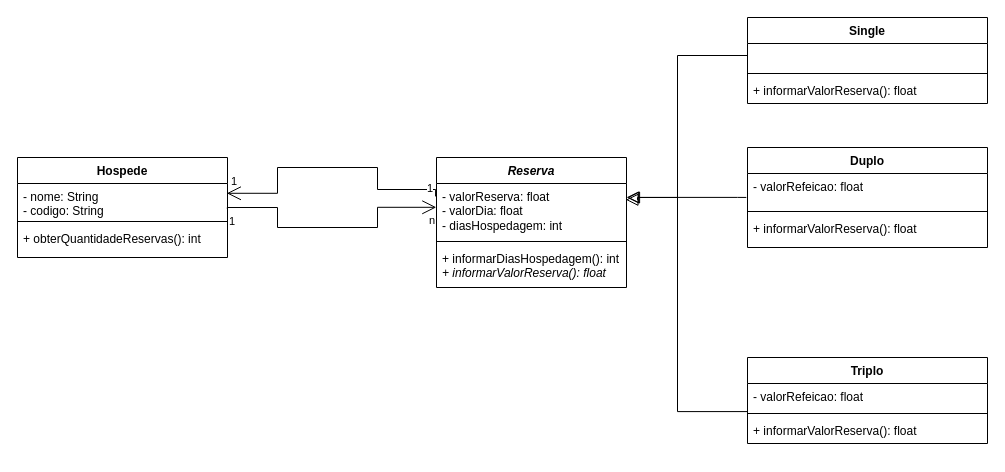
The draw.io diagram page "Ex3" (3 of 9) of Lista4/T_LP - Lista4.drawio in M-Tereza/LP1, before the edit. Source tidied: cells renumbered, new cells numbered last; positions are measured from the earlier drawing's top-left corner, leaving out a move shared by most shapes. Both pictures are drawn from the tidied source at 100%, with x=0, y=0 at pixel (17, 17).
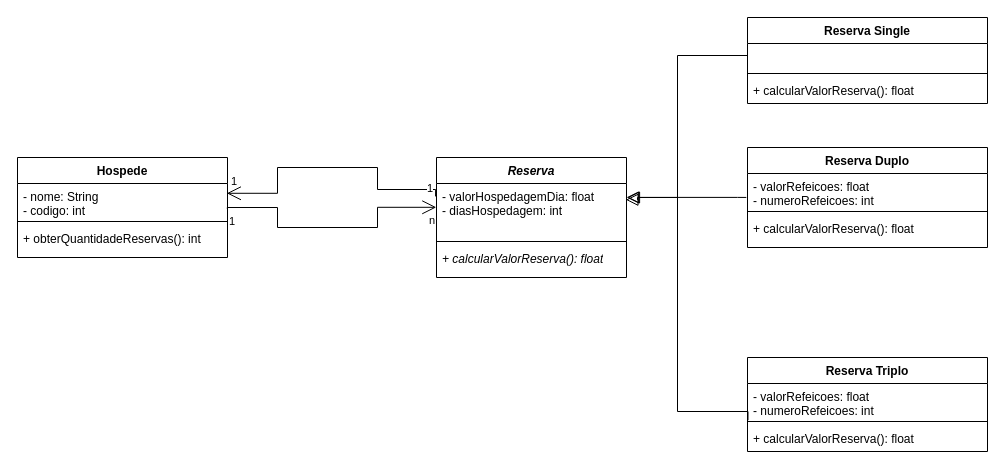
Above is the later version.

The change refers to these unchanged cells:
```xml
<mxCell id="2" value="Hospede" style="swimlane;fontStyle=1;align=center;verticalAlign=top;horizontal=1;startSize=26;whiteSpace=wrap;html=1;" parent="1" vertex="1">
  <mxGeometry y="140" width="210" height="100" as="geometry" />
</mxCell>
```

Diff of the diagram source:
```diff
@@
-    <mxCell id="3" value="- nome: String&lt;div&gt;- codigo: String&lt;/div&gt;" style="text;strokeColor=none;fillColor=none;align=left;verticalAlign=top;spacingLeft=4;spacingRight=4;overflow=hidden;points=[[0,0.5],[1,0.5]];portConstraint=eastwest;whiteSpace=wrap;html=1;" parent="2" vertex="1">
+    <mxCell id="3" value="- nome: String&lt;div&gt;- codigo: int&lt;/div&gt;" style="text;strokeColor=none;fillColor=none;align=left;verticalAlign=top;spacingLeft=4;spacingRight=4;overflow=hidden;points=[[0,0.5],[1,0.5]];portConstraint=eastwest;whiteSpace=wrap;html=1;" parent="2" vertex="1">
       <mxGeometry y="26" width="210" height="34" as="geometry" />
     </mxCell>
@@
     <mxCell id="6" value="&lt;i&gt;Reserva&lt;/i&gt;" style="swimlane;fontStyle=1;align=center;verticalAlign=top;horizontal=1;startSize=26;whiteSpace=wrap;html=1;" parent="1" vertex="1">
-      <mxGeometry x="419" y="140" width="190" height="130" as="geometry" />
+      <mxGeometry x="419" y="140" width="190" height="120" as="geometry" />
     </mxCell>
-    <mxCell id="7" value="&lt;div&gt;- valorReserva: float&lt;/div&gt;&lt;div&gt;- valorDia: float&lt;/div&gt;&lt;div&gt;- diasHospedagem: int&lt;/div&gt;" style="text;strokeColor=none;fillColor=none;align=left;verticalAlign=top;spacingLeft=4;spacingRight=4;overflow=hidden;points=[[0,0.5],[1,0.5]];portConstraint=eastwest;whiteSpace=wrap;html=1;" parent="6" vertex="1">
+    <mxCell id="7" value="&lt;div&gt;- valorHospedagemDia: float&lt;span style=&quot;background-color: transparent; color: light-dark(rgb(0, 0, 0), rgb(255, 255, 255));&quot;&gt;&lt;/span&gt;&lt;/div&gt;&lt;div&gt;&lt;span style=&quot;background-color: transparent; color: light-dark(rgb(0, 0, 0), rgb(255, 255, 255));&quot;&gt;- diasHospedagem: int&lt;/span&gt;&lt;/div&gt;" style="text;strokeColor=none;fillColor=none;align=left;verticalAlign=top;spacingLeft=4;spacingRight=4;overflow=hidden;points=[[0,0.5],[1,0.5]];portConstraint=eastwest;whiteSpace=wrap;html=1;" parent="6" vertex="1">
       <mxGeometry y="26" width="190" height="54" as="geometry" />
     </mxCell>
@@
-    <mxCell id="9" value="+ informarDiasHospedagem(): int&lt;div&gt;&lt;i&gt;+ informarValorReserva(): float&lt;/i&gt;&lt;/div&gt;" style="text;strokeColor=none;fillColor=none;align=left;verticalAlign=top;spacingLeft=4;spacingRight=4;overflow=hidden;whiteSpace=wrap;html=1;" parent="6" vertex="1">
-      <mxGeometry y="88" width="190" height="42" as="geometry" />
+    <mxCell id="9" value="&lt;div&gt;&lt;i&gt;+ calcularValorReserva(): float&lt;/i&gt;&lt;/div&gt;" style="text;strokeColor=none;fillColor=none;align=left;verticalAlign=top;spacingLeft=4;spacingRight=4;overflow=hidden;whiteSpace=wrap;html=1;" parent="6" vertex="1">
+      <mxGeometry y="88" width="190" height="32" as="geometry" />
     </mxCell>
-    <mxCell id="10" value="Duplo" style="swimlane;fontStyle=1;align=center;verticalAlign=top;horizontal=1;startSize=26;whiteSpace=wrap;html=1;" parent="1" vertex="1">
+    <mxCell id="10" value="Reserva Duplo" style="swimlane;fontStyle=1;align=center;verticalAlign=top;horizontal=1;startSize=26;whiteSpace=wrap;html=1;" parent="1" vertex="1">
       <mxGeometry x="730" y="130" width="240" height="100" as="geometry" />
     </mxCell>
-    <mxCell id="11" value="&lt;div&gt;&lt;span style=&quot;background-color: transparent; color: light-dark(rgb(0, 0, 0), rgb(255, 255, 255));&quot;&gt;- valorRefeicao: float&lt;/span&gt;&lt;/div&gt;" style="text;strokeColor=none;fillColor=none;align=left;verticalAlign=top;spacingLeft=4;spacingRight=4;overflow=hidden;points=[[0,0.5],[1,0.5]];portConstraint=eastwest;whiteSpace=wrap;html=1;" parent="10" vertex="1">
+    <mxCell id="11" value="&lt;div&gt;&lt;span style=&quot;background-color: transparent; color: light-dark(rgb(0, 0, 0), rgb(255, 255, 255));&quot;&gt;-&amp;nbsp;&lt;/span&gt;&lt;span style=&quot;background-color: transparent;&quot;&gt;valorRefeicoes: float&lt;/span&gt;&lt;/div&gt;&lt;div&gt;&lt;span style=&quot;background-color: transparent; color: light-dark(rgb(0, 0, 0), rgb(255, 255, 255));&quot;&gt;- numeroRefeicoes: int&lt;/span&gt;&lt;/div&gt;" style="text;strokeColor=none;fillColor=none;align=left;verticalAlign=top;spacingLeft=4;spacingRight=4;overflow=hidden;points=[[0,0.5],[1,0.5]];portConstraint=eastwest;whiteSpace=wrap;html=1;" parent="10" vertex="1">
       <mxGeometry y="26" width="240" height="34" as="geometry" />
     </mxCell>
@@
-    <mxCell id="13" value="+ informarValorReserva(): float" style="text;strokeColor=none;fillColor=none;align=left;verticalAlign=top;spacingLeft=4;spacingRight=4;overflow=hidden;whiteSpace=wrap;html=1;" parent="10" vertex="1">
+    <mxCell id="13" value="+ calcularValorReserva(): float" style="text;strokeColor=none;fillColor=none;align=left;verticalAlign=top;spacingLeft=4;spacingRight=4;overflow=hidden;whiteSpace=wrap;html=1;" parent="10" vertex="1">
       <mxGeometry y="68" width="240" height="32" as="geometry" />
     </mxCell>
@@
-    <mxCell id="23" value="Single" style="swimlane;fontStyle=1;align=center;verticalAlign=top;horizontal=1;startSize=26;whiteSpace=wrap;html=1;" parent="1" vertex="1">
+    <mxCell id="23" value="Reserva Single" style="swimlane;fontStyle=1;align=center;verticalAlign=top;horizontal=1;startSize=26;whiteSpace=wrap;html=1;" parent="1" vertex="1">
       <mxGeometry x="730" width="240" height="86" as="geometry" />
     </mxCell>
@@
-    <mxCell id="26" value="&lt;div&gt;+ informarValorReserva(): float&lt;/div&gt;" style="text;strokeColor=none;fillColor=none;align=left;verticalAlign=top;spacingLeft=4;spacingRight=4;overflow=hidden;whiteSpace=wrap;html=1;" parent="23" vertex="1">
+    <mxCell id="26" value="&lt;div&gt;+ calcularValorReserva(): float&lt;/div&gt;" style="text;strokeColor=none;fillColor=none;align=left;verticalAlign=top;spacingLeft=4;spacingRight=4;overflow=hidden;whiteSpace=wrap;html=1;" parent="23" vertex="1">
       <mxGeometry y="60" width="240" height="26" as="geometry" />
     </mxCell>
-    <mxCell id="27" value="Triplo" style="swimlane;fontStyle=1;align=center;verticalAlign=top;horizontal=1;startSize=26;whiteSpace=wrap;html=1;" parent="1" vertex="1">
-      <mxGeometry x="730" y="340" width="240" height="86" as="geometry" />
+    <mxCell id="27" value="Reserva Triplo" style="swimlane;fontStyle=1;align=center;verticalAlign=top;horizontal=1;startSize=26;whiteSpace=wrap;html=1;" parent="1" vertex="1">
+      <mxGeometry x="730" y="340" width="240" height="94" as="geometry" />
     </mxCell>
-    <mxCell id="28" value="- valorRefeicao: float" style="text;strokeColor=none;fillColor=none;align=left;verticalAlign=top;spacingLeft=4;spacingRight=4;overflow=hidden;points=[[0,0.5],[1,0.5]];portConstraint=eastwest;whiteSpace=wrap;html=1;" parent="27" vertex="1">
-      <mxGeometry y="26" width="240" height="26" as="geometry" />
+    <mxCell id="28" value="&lt;div&gt;&lt;div&gt;&lt;span style=&quot;background-color: transparent; color: light-dark(rgb(0, 0, 0), rgb(255, 255, 255));&quot;&gt;-&amp;nbsp;&lt;/span&gt;&lt;span style=&quot;background-color: transparent;&quot;&gt;valorRefeicoes: float&lt;/span&gt;&lt;/div&gt;&lt;div&gt;&lt;span style=&quot;background-color: transparent; color: light-dark(rgb(0, 0, 0), rgb(255, 255, 255));&quot;&gt;- numeroRefeicoes: int&lt;/span&gt;&lt;/div&gt;&lt;/div&gt;" style="text;strokeColor=none;fillColor=none;align=left;verticalAlign=top;spacingLeft=4;spacingRight=4;overflow=hidden;points=[[0,0.5],[1,0.5]];portConstraint=eastwest;whiteSpace=wrap;html=1;" parent="27" vertex="1">
+      <mxGeometry y="26" width="240" height="34" as="geometry" />
     </mxCell>
     <mxCell id="29" style="line;strokeWidth=1;fillColor=none;align=left;verticalAlign=middle;spacingTop=-1;spacingLeft=3;spacingRight=3;labelPosition=right;strokeColor=inherit;" parent="27" vertex="1">
-      <mxGeometry y="52" width="240" height="8" as="geometry" />
+      <mxGeometry y="60" width="240" height="8" as="geometry" />
     </mxCell>
-    <mxCell id="30" value="+ informarValorReserva(): float" style="text;strokeColor=none;fillColor=none;align=left;verticalAlign=top;spacingLeft=4;spacingRight=4;overflow=hidden;whiteSpace=wrap;html=1;" parent="27" vertex="1">
-      <mxGeometry y="60" width="240" height="26" as="geometry" />
+    <mxCell id="30" value="+ calcularValorReserva(): float" style="text;strokeColor=none;fillColor=none;align=left;verticalAlign=top;spacingLeft=4;spacingRight=4;overflow=hidden;whiteSpace=wrap;html=1;" parent="27" vertex="1">
+      <mxGeometry y="68" width="240" height="26" as="geometry" />
     </mxCell>
```
